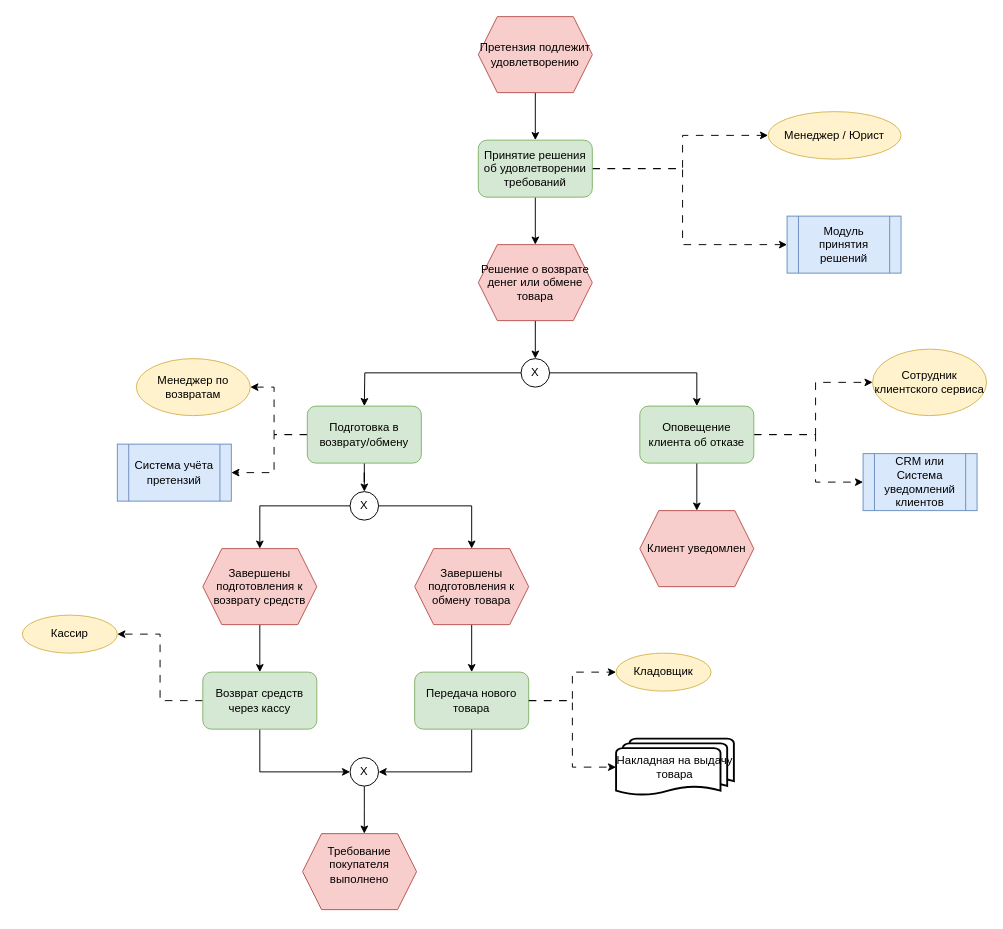
Earlier version of the draw.io diagram page "Page-3" (3 of 3) of Untitled Diagram.drawio (rxzzd/miabp). Source tidied: cells renumbered, new cells numbered last; positions are measured from the earlier drawing's top-left corner, leaving out a move shared by most shapes. Both pictures are drawn from the tidied source at 95%, with x=0, y=0 at pixel (22, 16).
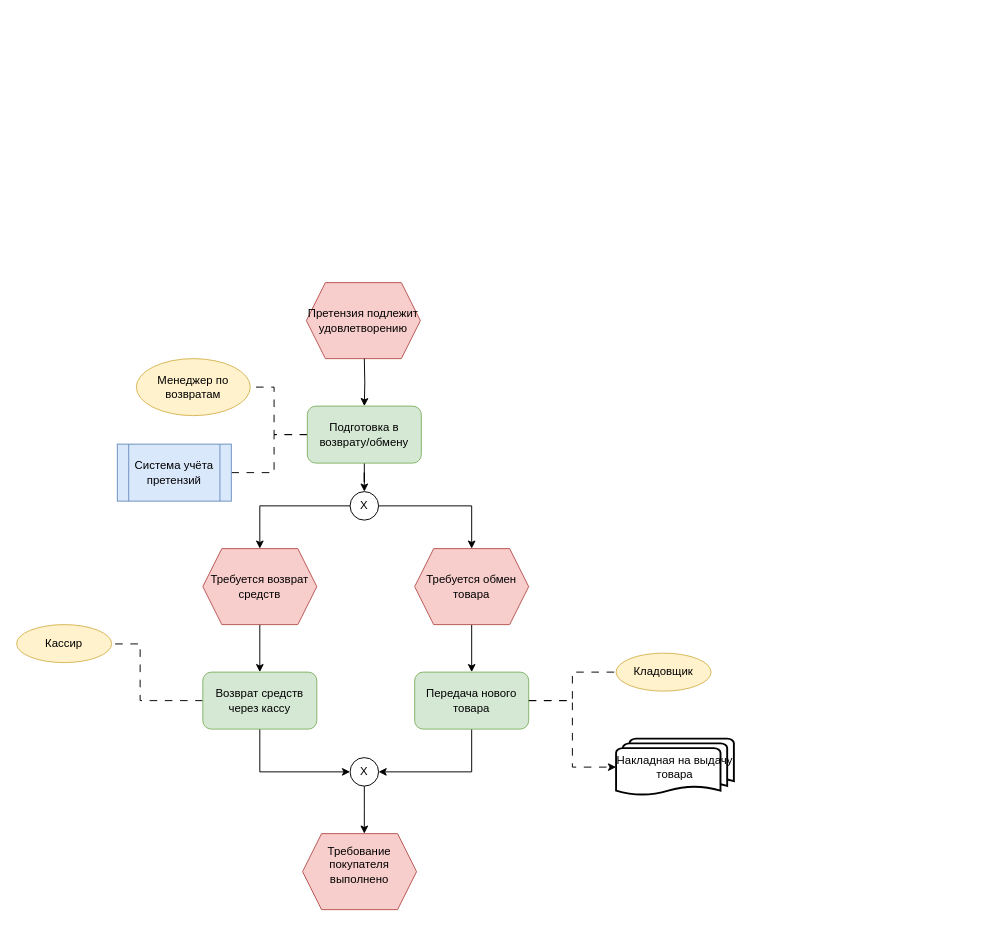
Above is the later version.

The change refers to these unchanged cells:
```xml
<mxCell id="23" value="Подготовка в возврату/обмену" style="rounded=1;whiteSpace=wrap;html=1;fillColor=#d5e8d4;strokeColor=#82b366;" parent="1" vertex="1">
  <mxGeometry x="300" y="410" width="120" height="60" as="geometry" />
</mxCell>
<mxCell id="33" value="Возврат средств через кассу" style="rounded=1;whiteSpace=wrap;html=1;fillColor=#d5e8d4;strokeColor=#82b366;" parent="1" vertex="1">
  <mxGeometry x="190" y="690" width="120" height="60" as="geometry" />
</mxCell>
<mxCell id="36" value="Передача нового товара" style="rounded=1;whiteSpace=wrap;html=1;fillColor=#d5e8d4;strokeColor=#82b366;" parent="1" vertex="1">
  <mxGeometry x="413" y="690" width="120" height="60" as="geometry" />
</mxCell>
<mxCell id="40" value="Менеджер по возвратам" style="ellipse;whiteSpace=wrap;html=1;fillColor=#fff2cc;strokeColor=#d6b656;" parent="1" vertex="1">
  <mxGeometry x="120" y="360" width="120" height="60" as="geometry" />
</mxCell>
<mxCell id="41" value="Система учёта претензий" style="shape=process;whiteSpace=wrap;html=1;backgroundOutline=1;fillColor=#dae8fc;strokeColor=#6c8ebf;" parent="1" vertex="1">
  <mxGeometry x="100" y="450" width="120" height="60" as="geometry" />
</mxCell>
<mxCell id="45" value="Кладовщик" style="ellipse;whiteSpace=wrap;html=1;fillColor=#fff2cc;strokeColor=#d6b656;" parent="1" vertex="1">
  <mxGeometry x="625" y="670" width="100" height="40" as="geometry" />
</mxCell>
```

What changed in the source:
```diff
@@
-    <mxCell id="2" style="edgeStyle=orthogonalEdgeStyle;rounded=0;jettySize=auto;html=1;entryX=0.5;entryY=0;entryDx=0;entryDy=0;" parent="1" edge="1" source="3" target="7">
-      <mxGeometry relative="1" as="geometry" />
-    </mxCell>
     <mxCell id="3" value="Претензия подлежит удовлетворению" style="shape=hexagon;perimeter=hexagonPerimeter2;whiteSpace=wrap;html=1;fixedSize=1;fillColor=#f8cecc;strokeColor=#b85450;" parent="1" vertex="1">
-      <mxGeometry x="480" width="120" height="80" as="geometry" />
+      <mxGeometry x="299" y="280" width="120" height="80" as="geometry" />
     </mxCell>
-    <mxCell id="4" style="edgeStyle=orthogonalEdgeStyle;rounded=0;jettySize=auto;html=1;entryX=0.5;entryY=0;entryDx=0;entryDy=0;" parent="1" edge="1" source="7" target="9">
-      <mxGeometry relative="1" as="geometry" />
-    </mxCell>
-    <mxCell id="5" style="edgeStyle=orthogonalEdgeStyle;rounded=0;jettySize=auto;html=1;entryX=0;entryY=0.5;entryDx=0;entryDy=0;dashed=1;dashPattern=8 8;" parent="1" edge="1" source="7" target="10">
-      <mxGeometry relative="1" as="geometry">
-        <Array as="points">
-          <mxPoint x="695" y="160" />
-          <mxPoint x="695" y="125" />
-        </Array>
-      </mxGeometry>
-    </mxCell>
-    <mxCell id="6" style="edgeStyle=orthogonalEdgeStyle;rounded=0;jettySize=auto;html=1;entryX=0;entryY=0.5;entryDx=0;entryDy=0;dashed=1;dashPattern=8 8;" parent="1" edge="1" source="7" target="11">
-      <mxGeometry relative="1" as="geometry">
-        <Array as="points">
-          <mxPoint x="695" y="160" />
-          <mxPoint x="695" y="240" />
-        </Array>
-      </mxGeometry>
-    </mxCell>
-    <mxCell id="7" value="Принятие решения об удовлетворении требований" style="rounded=1;whiteSpace=wrap;html=1;fillColor=#d5e8d4;strokeColor=#82b366;" parent="1" vertex="1">
-      <mxGeometry x="480" y="130" width="120" height="60" as="geometry" />
-    </mxCell>
-    <mxCell id="8" style="edgeStyle=orthogonalEdgeStyle;rounded=0;jettySize=auto;html=1;entryX=0.5;entryY=0;entryDx=0;entryDy=0;" parent="1" edge="1" source="9" target="14">
-      <mxGeometry relative="1" as="geometry" />
-    </mxCell>
-    <mxCell id="9" value="&lt;p class=&quot;&quot;&gt;&lt;span&gt;Решение о возврате денег или обмене товара&lt;/span&gt;&lt;/p&gt;" style="shape=hexagon;perimeter=hexagonPerimeter2;whiteSpace=wrap;html=1;fixedSize=1;fillColor=#f8cecc;strokeColor=#b85450;" parent="1" vertex="1">
-      <mxGeometry x="480" y="240" width="120" height="80" as="geometry" />
-    </mxCell>
-    <mxCell id="10" value="Менеджер / Юрист" style="ellipse;whiteSpace=wrap;html=1;fillColor=#fff2cc;strokeColor=#d6b656;" parent="1" vertex="1">
-      <mxGeometry x="785" y="100" width="140" height="50" as="geometry" />
-    </mxCell>
-    <mxCell id="11" value="&lt;div&gt;Модуль принятия решений&lt;/div&gt;" style="shape=process;whiteSpace=wrap;html=1;backgroundOutline=1;fillColor=#dae8fc;strokeColor=#6c8ebf;" parent="1" vertex="1">
-      <mxGeometry x="805" y="210" width="120" height="60" as="geometry" />
-    </mxCell>
-    <mxCell id="12" style="edgeStyle=orthogonalEdgeStyle;rounded=0;jettySize=auto;html=1;entryX=0.5;entryY=0;entryDx=0;entryDy=0;" parent="1" edge="1" source="14">
-      <mxGeometry relative="1" as="geometry">
-        <mxPoint x="360" y="410" as="targetPoint" />
-      </mxGeometry>
-    </mxCell>
-    <mxCell id="13" style="edgeStyle=orthogonalEdgeStyle;rounded=0;jettySize=auto;html=1;entryX=0.5;entryY=0;entryDx=0;entryDy=0;" parent="1" edge="1" source="14" target="18">
-      <mxGeometry relative="1" as="geometry" />
-    </mxCell>
-    <mxCell id="14" value="X" style="ellipse;whiteSpace=wrap;html=1;" parent="1" vertex="1">
-      <mxGeometry x="525" y="360" width="30" height="30" as="geometry" />
-    </mxCell>
-    <mxCell id="15" style="edgeStyle=orthogonalEdgeStyle;rounded=0;jettySize=auto;html=1;entryX=0.5;entryY=0;entryDx=0;entryDy=0;" parent="1" edge="1" source="18" target="19">
-      <mxGeometry relative="1" as="geometry" />
-    </mxCell>
-    <mxCell id="16" style="edgeStyle=orthogonalEdgeStyle;rounded=0;jettySize=auto;html=1;entryX=0;entryY=0.5;entryDx=0;entryDy=0;dashed=1;dashPattern=8 8;" parent="1" edge="1" source="18" target="42">
-      <mxGeometry relative="1" as="geometry">
-        <Array as="points">
-          <mxPoint x="835" y="440" />
-          <mxPoint x="835" y="385" />
-        </Array>
-      </mxGeometry>
-    </mxCell>
-    <mxCell id="17" style="edgeStyle=orthogonalEdgeStyle;rounded=0;jettySize=auto;html=1;entryX=0;entryY=0.5;entryDx=0;entryDy=0;dashed=1;dashPattern=8 8;" parent="1" edge="1" source="18" target="43">
-      <mxGeometry relative="1" as="geometry">
-        <Array as="points">
-          <mxPoint x="835" y="440" />
-          <mxPoint x="835" y="490" />
-        </Array>
-      </mxGeometry>
-    </mxCell>
-    <mxCell id="18" value="Оповещение клиента об отказе" style="rounded=1;whiteSpace=wrap;html=1;fillColor=#d5e8d4;strokeColor=#82b366;" parent="1" vertex="1">
-      <mxGeometry x="650" y="410" width="120" height="60" as="geometry" />
-    </mxCell>
-    <mxCell id="19" value="Клиент уведомлен" style="shape=hexagon;perimeter=hexagonPerimeter2;whiteSpace=wrap;html=1;fixedSize=1;fillColor=#f8cecc;strokeColor=#b85450;" parent="1" vertex="1">
-      <mxGeometry x="650" y="520" width="120" height="80" as="geometry" />
-    </mxCell>
@@
-    <mxCell id="21" style="edgeStyle=orthogonalEdgeStyle;rounded=0;jettySize=auto;html=1;entryX=1;entryY=0.5;entryDx=0;entryDy=0;dashed=1;dashPattern=8 8;" parent="1" edge="1" source="23" target="40">
+    <mxCell id="21" style="edgeStyle=orthogonalEdgeStyle;rounded=0;jettySize=auto;html=1;entryX=1;entryY=0.5;entryDx=0;entryDy=0;dashed=1;dashPattern=8 8;endArrow=none;startFill=0;" parent="1" edge="1" source="23" target="40">
       <mxGeometry relative="1" as="geometry">
         <Array as="points">
           <mxPoint x="265" y="440" />
           <mxPoint x="265" y="390" />
         </Array>
       </mxGeometry>
     </mxCell>
-    <mxCell id="22" style="edgeStyle=orthogonalEdgeStyle;rounded=0;jettySize=auto;html=1;entryX=1;entryY=0.5;entryDx=0;entryDy=0;dashed=1;dashPattern=8 8;" parent="1" edge="1" source="23" target="41">
+    <mxCell id="22" style="edgeStyle=orthogonalEdgeStyle;rounded=0;jettySize=auto;html=1;entryX=1;entryY=0.5;entryDx=0;entryDy=0;dashed=1;dashPattern=8 8;endArrow=none;startFill=0;" parent="1" edge="1" source="23" target="41">
       <mxGeometry relative="1" as="geometry">
         <Array as="points">
           <mxPoint x="265" y="440" />
           <mxPoint x="265" y="480" />
         </Array>
       </mxGeometry>
     </mxCell>
@@
-    <mxCell id="25" value="Завершены подготовления к возврату средств" style="shape=hexagon;perimeter=hexagonPerimeter2;whiteSpace=wrap;html=1;fixedSize=1;fillColor=#f8cecc;strokeColor=#b85450;" parent="1" vertex="1">
+    <mxCell id="25" value="Требуется возврат средств" style="shape=hexagon;perimeter=hexagonPerimeter2;whiteSpace=wrap;html=1;fixedSize=1;fillColor=#f8cecc;strokeColor=#b85450;" parent="1" vertex="1">
       <mxGeometry x="190" y="560" width="120" height="80" as="geometry" />
     </mxCell>
@@
-    <mxCell id="30" value="Завершены подготовления к обмену товара" style="shape=hexagon;perimeter=hexagonPerimeter2;whiteSpace=wrap;html=1;fixedSize=1;fillColor=#f8cecc;strokeColor=#b85450;" parent="1" vertex="1">
+    <mxCell id="30" value="Требуется обмен товара" style="shape=hexagon;perimeter=hexagonPerimeter2;whiteSpace=wrap;html=1;fixedSize=1;fillColor=#f8cecc;strokeColor=#b85450;" parent="1" vertex="1">
       <mxGeometry x="413" y="560" width="120" height="80" as="geometry" />
     </mxCell>
@@
-    <mxCell id="32" style="edgeStyle=orthogonalEdgeStyle;rounded=0;jettySize=auto;html=1;entryX=1;entryY=0.5;entryDx=0;entryDy=0;dashed=1;dashPattern=8 8;" parent="1" edge="1" source="33" target="44">
-      <mxGeometry relative="1" as="geometry" />
+    <mxCell id="32" style="edgeStyle=orthogonalEdgeStyle;rounded=0;jettySize=auto;html=1;entryX=1.019;entryY=0.508;entryDx=0;entryDy=0;dashed=1;dashPattern=8 8;entryPerimeter=0;endArrow=none;startFill=0;" parent="1" edge="1" source="33" target="44">
+      <mxGeometry relative="1" as="geometry">
+        <Array as="points">
+          <mxPoint x="124" y="720" />
+          <mxPoint x="124" y="660" />
+        </Array>
+      </mxGeometry>
     </mxCell>
@@
-    <mxCell id="35" style="edgeStyle=orthogonalEdgeStyle;rounded=0;jettySize=auto;html=1;entryX=0;entryY=0.5;entryDx=0;entryDy=0;dashed=1;dashPattern=8 8;" parent="1" edge="1" source="36" target="45">
+    <mxCell id="35" style="edgeStyle=orthogonalEdgeStyle;rounded=0;jettySize=auto;html=1;entryX=0;entryY=0.5;entryDx=0;entryDy=0;dashed=1;dashPattern=8 8;endArrow=none;startFill=0;" parent="1" edge="1" source="36" target="45">
       <mxGeometry relative="1" as="geometry" />
     </mxCell>
@@
-    <mxCell id="42" value="Сотрудник клиентского сервиса" style="ellipse;whiteSpace=wrap;html=1;fillColor=#fff2cc;strokeColor=#d6b656;" parent="1" vertex="1">
-      <mxGeometry x="895" y="350" width="120" height="70" as="geometry" />
-    </mxCell>
-    <mxCell id="43" value="CRM или Система уведомлений клиентов" style="shape=process;whiteSpace=wrap;html=1;backgroundOutline=1;fillColor=#dae8fc;strokeColor=#6c8ebf;" parent="1" vertex="1">
-      <mxGeometry x="885" y="460" width="120" height="60" as="geometry" />
-    </mxCell>
     <mxCell id="44" value="Кассир" style="ellipse;whiteSpace=wrap;html=1;fillColor=#fff2cc;strokeColor=#d6b656;" parent="1" vertex="1">
-      <mxGeometry y="630" width="100" height="40" as="geometry" />
+      <mxGeometry x="-6" y="640" width="100" height="40" as="geometry" />
     </mxCell>
@@
+    <mxCell id="48" style="edgeStyle=orthogonalEdgeStyle;rounded=0;jettySize=auto;html=1;entryX=0.5;entryY=0;entryDx=0;entryDy=0;" parent="1" edge="1" target="23">
+      <mxGeometry relative="1" as="geometry">
+        <mxPoint x="360" y="360" as="sourcePoint" />
+      </mxGeometry>
+    </mxCell>
```
